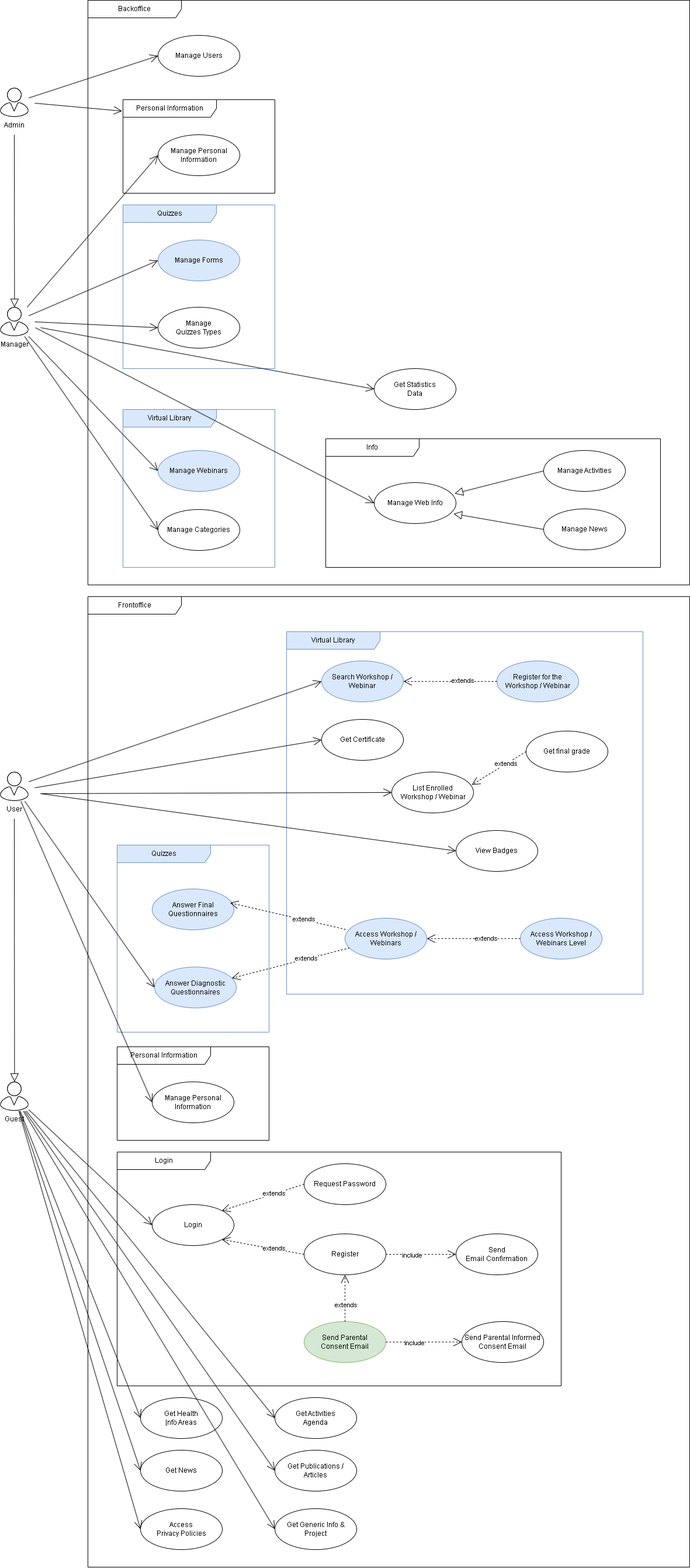
The draw.io diagram docs/diagramas/LEI-A2-S1-SMUL1-PI-UML-UCD.drawio_1.png in tskxz/ALFAS, before a commit. Source tidied: cells renumbered, new cells last; positions are measured from the earlier drawing's top-left corner, leaving out a move shared by most shapes.
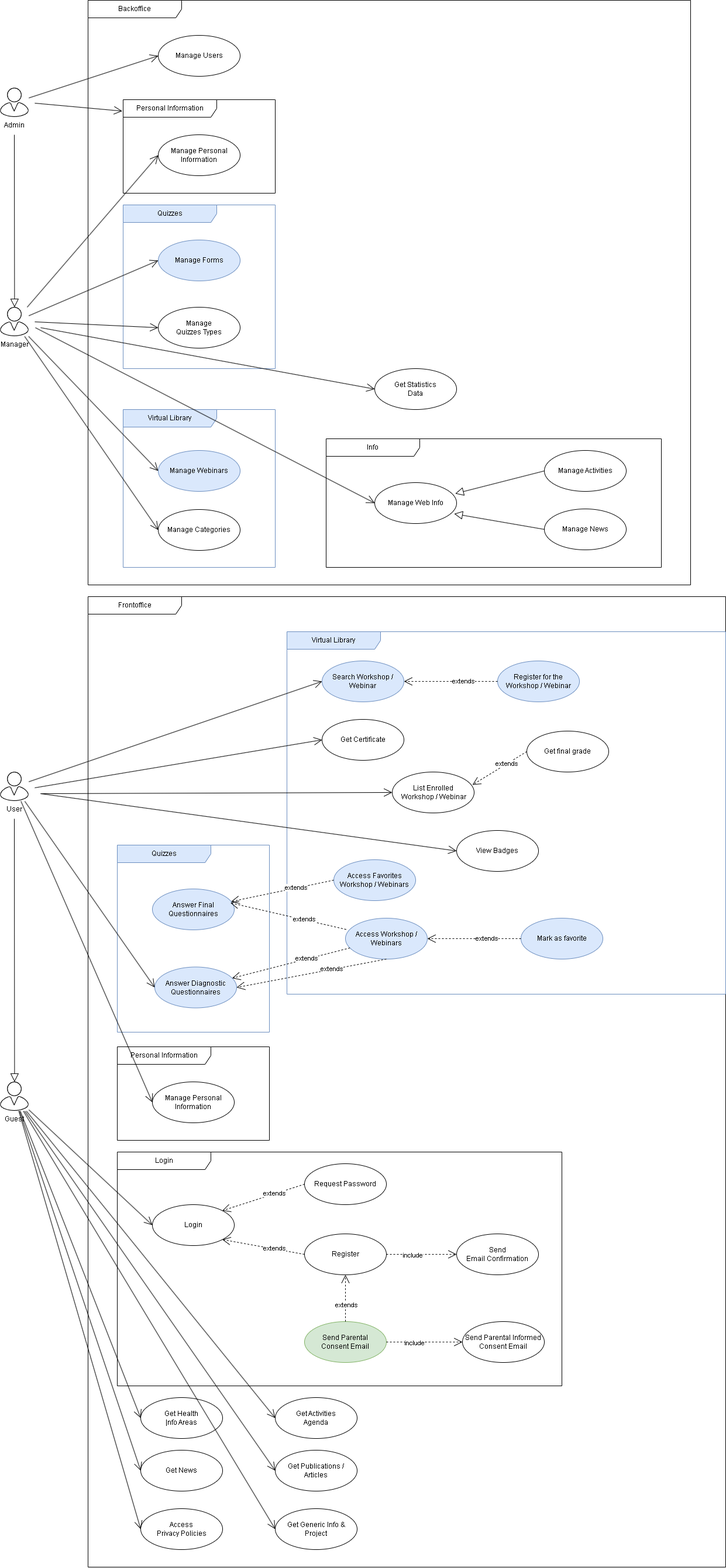
After the change.

Commit message:
docs: add UML use case acess favorite webinars

The edit, as a diff of the source:
```diff
@@ -99,7 +99,7 @@
       <mxGeometry relative="1" as="geometry" />
     </mxCell>
     <mxCell id="32" value="Frontoffice" style="shape=umlFrame;whiteSpace=wrap;html=1;width=160;" parent="1" vertex="1">
-      <mxGeometry x="150" y="1020" width="1030" height="1660" as="geometry" />
+      <mxGeometry x="150" y="1020" width="1090" height="1660" as="geometry" />
     </mxCell>
     <mxCell id="33" value="Quizzes" style="shape=umlFrame;whiteSpace=wrap;html=1;width=160;fillColor=#dae8fc;strokeColor=#6c8ebf;" parent="32" vertex="1">
       <mxGeometry x="50" y="425" width="260" height="320" as="geometry" />
@@ -117,7 +117,7 @@
       <mxGeometry x="60" y="60" width="140" height="70" as="geometry" />
     </mxCell>
     <mxCell id="38" value="Virtual Library" style="shape=umlFrame;whiteSpace=wrap;html=1;width=160;fillColor=#dae8fc;strokeColor=#6c8ebf;" parent="32" vertex="1">
-      <mxGeometry x="340" y="60" width="610" height="620" as="geometry" />
+      <mxGeometry x="340" y="60" width="750" height="620" as="geometry" />
     </mxCell>
     <mxCell id="39" value="Search Workshop / Webinar" style="ellipse;whiteSpace=wrap;html=1;fillColor=#dae8fc;strokeColor=#6c8ebf;" parent="38" vertex="1">
       <mxGeometry x="60" y="50" width="140" height="70" as="geometry" />
@@ -143,7 +143,7 @@
     <mxCell id="46" value="View Badges" style="ellipse;whiteSpace=wrap;html=1;" parent="38" vertex="1">
       <mxGeometry x="290" y="340" width="140" height="70" as="geometry" />
     </mxCell>
-    <mxCell id="47" value="Access Workshop / Webinars Level" style="ellipse;whiteSpace=wrap;html=1;fillColor=#dae8fc;strokeColor=#6c8ebf;" parent="38" vertex="1">
+    <mxCell id="47" value="Mark as favorite" style="ellipse;whiteSpace=wrap;html=1;fillColor=#dae8fc;strokeColor=#6c8ebf;" parent="38" vertex="1">
       <mxGeometry x="400" y="490" width="140" height="70" as="geometry" />
     </mxCell>
     <mxCell id="48" value="Get final grade" style="ellipse;whiteSpace=wrap;html=1;" parent="38" vertex="1">
@@ -155,6 +155,9 @@
     <mxCell id="50" value="extends" style="edgeLabel;html=1;align=center;verticalAlign=middle;" parent="49" vertex="1">
       <mxGeometry x="-0.27" y="-1" relative="1" as="geometry" />
     </mxCell>
+    <mxCell id="95" value="Access Favorites Workshop / Webinars" style="ellipse;whiteSpace=wrap;html=1;fillColor=#dae8fc;strokeColor=#6c8ebf;" parent="38" vertex="1">
+      <mxGeometry x="80" y="390" width="140" height="70" as="geometry" />
+    </mxCell>
     <mxCell id="51" value="Login" style="shape=umlFrame;whiteSpace=wrap;html=1;width=160;" parent="32" vertex="1">
       <mxGeometry x="50" y="950" width="760" height="400" as="geometry" />
     </mxCell>
@@ -236,6 +239,18 @@
     <mxCell id="77" value="Get Generic Info &amp;amp; Project" style="ellipse;whiteSpace=wrap;html=1;" parent="32" vertex="1">
       <mxGeometry x="320" y="1560" width="140" height="70" as="geometry" />
     </mxCell>
+    <mxCell id="96" style="endArrow=open;endFill=1;endSize=12;html=1;rounded=0;exitX=0;exitY=0.5;exitDx=0;exitDy=0;dashed=1;" parent="32" edge="1" source="95" target="35">
+      <mxGeometry relative="1" as="geometry" />
+    </mxCell>
+    <mxCell id="97" value="extends" style="edgeLabel;html=1;align=center;verticalAlign=middle;" parent="96" vertex="1">
+      <mxGeometry x="-0.27" y="-1" relative="1" as="geometry" />
+    </mxCell>
+    <mxCell id="98" style="endArrow=open;endFill=1;endSize=12;html=1;rounded=0;dashed=1;exitX=0.5;exitY=1;exitDx=0;exitDy=0;entryX=1;entryY=0.5;entryDx=0;entryDy=0;" parent="32" edge="1" source="44" target="34">
+      <mxGeometry relative="1" as="geometry" />
+    </mxCell>
+    <mxCell id="99" value="extends" style="edgeLabel;html=1;align=center;verticalAlign=middle;" parent="98" vertex="1">
+      <mxGeometry x="-0.27" y="-1" relative="1" as="geometry" />
+    </mxCell>
     <mxCell id="78" style="endArrow=open;endFill=1;endSize=12;html=1;rounded=0;entryX=0;entryY=0.5;entryDx=0;entryDy=0;" parent="1" edge="1" source="4" target="37">
       <mxGeometry relative="1" as="geometry" />
     </mxCell>
```
